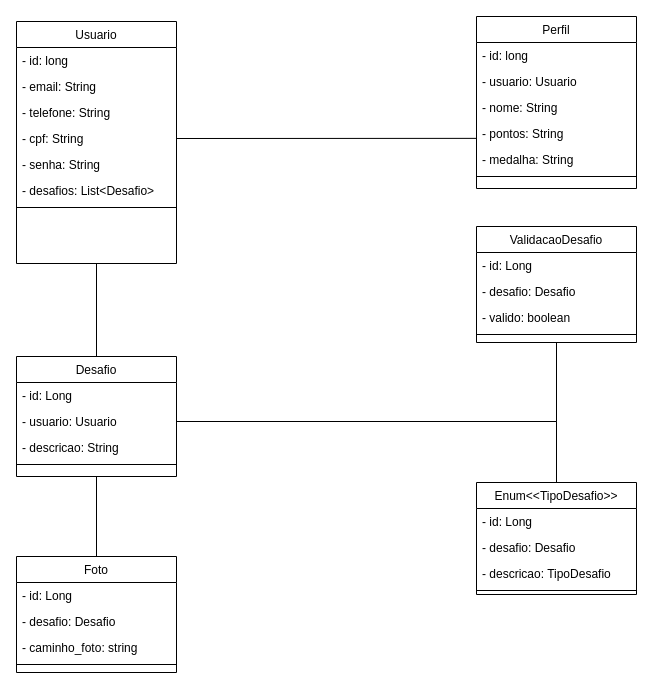
Santlago/BlueHope keeps this draw.io diagram as informacoes/diagrama-de-classes/BlueHope.drawio. Above is the earlier version. Source tidied: cells renumbered, new cells numbered last; positions are measured from the earlier drawing's top-left corner, leaving out a move shared by most shapes. Both pictures are drawn from the tidied source at 100%, with x=0, y=0 at pixel (16, 16).
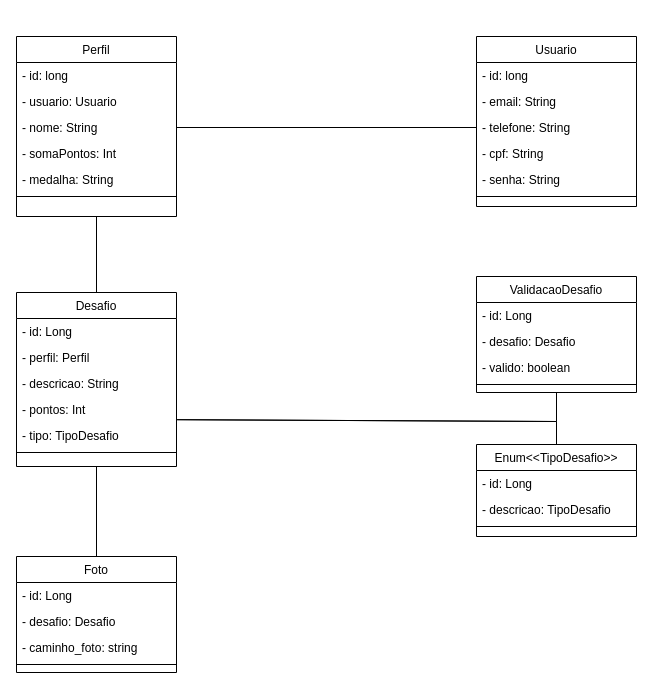
After the change.

Commit message:
feat: finalizing class diagram

The change refers to these unchanged cells:
```xml
<mxCell id="5" value="- telefone: String" style="text;align=left;verticalAlign=top;spacingLeft=4;spacingRight=4;overflow=hidden;points=[[0,0.5],[1,0.5]];portConstraint=eastwest;rounded=0;shadow=0;html=0;" parent="2" vertex="1">
  <mxGeometry y="78" width="160" height="26" as="geometry" />
</mxCell>
<mxCell id="6" value="- cpf: String" style="text;align=left;verticalAlign=top;spacingLeft=4;spacingRight=4;overflow=hidden;points=[[0,0.5],[1,0.5]];portConstraint=eastwest;rounded=0;shadow=0;html=0;" parent="2" vertex="1">
  <mxGeometry y="104" width="160" height="26" as="geometry" />
</mxCell>
<mxCell id="37" value="- nome: String" style="text;align=left;verticalAlign=top;spacingLeft=4;spacingRight=4;overflow=hidden;points=[[0,0.5],[1,0.5]];portConstraint=eastwest;rounded=0;shadow=0;html=0;" parent="34" vertex="1">
  <mxGeometry y="78" width="160" height="26" as="geometry" />
</mxCell>
```

The edit, as a diff of the source:
```diff
@@
     <mxCell id="2" value="Usuario" style="swimlane;fontStyle=0;align=center;verticalAlign=top;horizontal=1;startSize=26;rounded=0;shadow=0;strokeWidth=1;" parent="1" vertex="1">
-      <mxGeometry y="5" width="160" height="242" as="geometry" />
+      <mxGeometry x="460" y="20" width="160" height="170" as="geometry" />
     </mxCell>
@@
-    <mxCell id="8" value="- desafios: List&lt;Desafio&gt;" style="text;align=left;verticalAlign=top;spacingLeft=4;spacingRight=4;overflow=hidden;rounded=0;shadow=0;html=0;" parent="2" vertex="1">
-      <mxGeometry y="156" width="160" height="26" as="geometry" />
-    </mxCell>
     <mxCell id="9" style="line;html=1;strokeWidth=1;align=left;verticalAlign=middle;spacingTop=-1;spacingLeft=3;spacingRight=3;labelPosition=right;" parent="2" vertex="1">
-      <mxGeometry y="182" width="160" height="8" as="geometry" />
+      <mxGeometry y="156" width="160" height="8" as="geometry" />
     </mxCell>
     <mxCell id="10" value="Desafio" style="swimlane;fontStyle=0;align=center;verticalAlign=top;horizontal=1;startSize=26;rounded=0;shadow=0;strokeWidth=1;" parent="1" vertex="1">
-      <mxGeometry y="340" width="160" height="120" as="geometry" />
+      <mxGeometry y="276" width="160" height="174" as="geometry" />
     </mxCell>
@@
-    <mxCell id="12" value="- usuario: Usuario" style="text;align=left;verticalAlign=top;spacingLeft=4;spacingRight=4;overflow=hidden;points=[[0,0.5],[1,0.5]];portConstraint=eastwest;" parent="10" vertex="1">
+    <mxCell id="12" value="- perfil: Perfil" style="text;align=left;verticalAlign=top;spacingLeft=4;spacingRight=4;overflow=hidden;points=[[0,0.5],[1,0.5]];portConstraint=eastwest;" parent="10" vertex="1">
       <mxGeometry y="52" width="160" height="26" as="geometry" />
     </mxCell>
@@
+    <mxCell id="42" value="- pontos: Int " style="text;align=left;verticalAlign=top;spacingLeft=4;spacingRight=4;overflow=hidden;points=[[0,0.5],[1,0.5]];portConstraint=eastwest;rounded=0;shadow=0;html=0;" parent="10" vertex="1">
+      <mxGeometry y="104" width="160" height="26" as="geometry" />
+    </mxCell>
+    <mxCell id="43" value="- tipo: TipoDesafio" style="text;align=left;verticalAlign=top;spacingLeft=4;spacingRight=4;overflow=hidden;rounded=0;shadow=0;html=0;" parent="10" vertex="1">
+      <mxGeometry y="130" width="160" height="26" as="geometry" />
+    </mxCell>
     <mxCell id="14" style="line;html=1;strokeWidth=1;align=left;verticalAlign=middle;spacingTop=-1;spacingLeft=3;spacingRight=3;labelPosition=right;" parent="10" vertex="1">
-      <mxGeometry y="104" width="160" height="8" as="geometry" />
+      <mxGeometry y="156" width="160" height="8" as="geometry" />
     </mxCell>
     <mxCell id="15" value="Enum&lt;&lt;TipoDesafio&gt;&gt;" style="swimlane;fontStyle=0;align=center;verticalAlign=top;horizontal=1;startSize=26;rounded=0;shadow=0;strokeWidth=1;" parent="1" vertex="1">
-      <mxGeometry x="460" y="466" width="160" height="112" as="geometry" />
+      <mxGeometry x="460" y="428" width="160" height="92" as="geometry" />
     </mxCell>
@@
-    <mxCell id="17" value="- desafio: Desafio" style="text;align=left;verticalAlign=top;spacingLeft=4;spacingRight=4;overflow=hidden;" parent="15" vertex="1">
-      <mxGeometry y="52" width="160" height="26" as="geometry" />
-    </mxCell>
     <mxCell id="18" value="- descricao: TipoDesafio " style="text;align=left;verticalAlign=top;spacingLeft=4;spacingRight=4;overflow=hidden;rounded=0;shadow=0;html=0;" parent="15" vertex="1">
-      <mxGeometry y="78" width="160" height="26" as="geometry" />
+      <mxGeometry y="52" width="160" height="26" as="geometry" />
     </mxCell>
     <mxCell id="19" style="line;html=1;strokeWidth=1;align=left;verticalAlign=middle;spacingTop=-1;spacingLeft=3;spacingRight=3;labelPosition=right;" parent="15" vertex="1">
-      <mxGeometry y="104" width="160" height="8" as="geometry" />
+      <mxGeometry y="78" width="160" height="8" as="geometry" />
     </mxCell>
     <mxCell id="20" value="ValidacaoDesafio" style="swimlane;fontStyle=0;align=center;verticalAlign=top;horizontal=1;startSize=26;rounded=0;shadow=0;strokeWidth=1;" parent="1" vertex="1">
-      <mxGeometry x="460" y="210" width="160" height="116" as="geometry" />
+      <mxGeometry x="460" y="260" width="160" height="116" as="geometry" />
     </mxCell>
@@
-    <mxCell id="22" value="- desafio: Desafio" style="text;align=left;verticalAlign=top;spacingLeft=4;spacingRight=4;overflow=hidden;" parent="20" vertex="1">
-      <mxGeometry y="52" width="160" height="26" as="geometry" />
-    </mxCell>
+    <mxCell id="44" value="- desafio: Desafio" style="text;align=left;verticalAlign=top;spacingLeft=4;spacingRight=4;overflow=hidden;" parent="20" vertex="1">
+      <mxGeometry y="52" width="160" height="26" as="geometry" />
+    </mxCell>
@@
-    <mxCell id="25" style="endArrow=none;html=1;rounded=0;exitX=0.5;exitY=0;exitDx=0;exitDy=0;entryX=0.5;entryY=1;entryDx=0;entryDy=0;" parent="1" edge="1" source="10" target="2">
-      <mxGeometry relative="1" as="geometry" />
-    </mxCell>
-    <mxCell id="26" style="endArrow=none;html=1;rounded=0;entryX=1;entryY=0.5;entryDx=0;entryDy=0;exitX=0.5;exitY=1;exitDx=0;exitDy=0;" parent="1" edge="1" source="20" target="12">
+    <mxCell id="26" style="endArrow=none;html=1;rounded=0;entryX=1.005;entryY=0.892;entryDx=0;entryDy=0;exitX=0.5;exitY=1;exitDx=0;exitDy=0;entryPerimeter=0;" parent="1" edge="1" source="20" target="42">
       <mxGeometry relative="1" as="geometry">
         <Array as="points">
           <mxPoint x="540" y="405" />
         </Array>
       </mxGeometry>
     </mxCell>
-    <mxCell id="27" style="endArrow=none;html=1;rounded=0;entryX=0.5;entryY=0;entryDx=0;entryDy=0;exitX=1;exitY=0.5;exitDx=0;exitDy=0;" parent="1" edge="1" source="12" target="15">
+    <mxCell id="27" style="endArrow=none;html=1;rounded=0;entryX=0.5;entryY=0;entryDx=0;entryDy=0;exitX=1.002;exitY=0.892;exitDx=0;exitDy=0;exitPerimeter=0;" parent="1" edge="1" source="42" target="15">
       <mxGeometry relative="1" as="geometry">
         <Array as="points">
           <mxPoint x="540" y="405" />
         </Array>
       </mxGeometry>
     </mxCell>
@@
     <mxCell id="34" value="Perfil" style="swimlane;fontStyle=0;align=center;verticalAlign=top;horizontal=1;startSize=26;rounded=0;shadow=0;strokeWidth=1;" parent="1" vertex="1">
-      <mxGeometry x="460" width="160" height="172" as="geometry" />
+      <mxGeometry y="20" width="160" height="180" as="geometry" />
     </mxCell>
@@
-    <mxCell id="38" value="- pontos: String" style="text;align=left;verticalAlign=top;spacingLeft=4;spacingRight=4;overflow=hidden;points=[[0,0.5],[1,0.5]];portConstraint=eastwest;rounded=0;shadow=0;html=0;" parent="34" vertex="1">
+    <mxCell id="38" value="- somaPontos: Int" style="text;align=left;verticalAlign=top;spacingLeft=4;spacingRight=4;overflow=hidden;points=[[0,0.5],[1,0.5]];portConstraint=eastwest;rounded=0;shadow=0;html=0;" parent="34" vertex="1">
       <mxGeometry y="104" width="160" height="26" as="geometry" />
     </mxCell>
@@
-    <mxCell id="41" style="endArrow=none;html=1;rounded=0;entryX=1;entryY=0.5;entryDx=0;entryDy=0;exitX=0;exitY=0.687;exitDx=0;exitDy=0;exitPerimeter=0;" parent="1" edge="1" source="38" target="6">
-      <mxGeometry relative="1" as="geometry" />
-    </mxCell>
+    <mxCell id="45" style="endArrow=none;html=1;rounded=0;exitX=0.5;exitY=0;exitDx=0;exitDy=0;entryX=0.5;entryY=1;entryDx=0;entryDy=0;" parent="1" edge="1" source="10" target="34">
+      <mxGeometry relative="1" as="geometry" />
+    </mxCell>
+    <mxCell id="46" style="endArrow=none;html=1;rounded=0;exitX=0;exitY=0.5;exitDx=0;exitDy=0;entryX=1;entryY=0.5;entryDx=0;entryDy=0;" parent="1" edge="1" source="5" target="37">
+      <mxGeometry relative="1" as="geometry" />
+    </mxCell>
```
